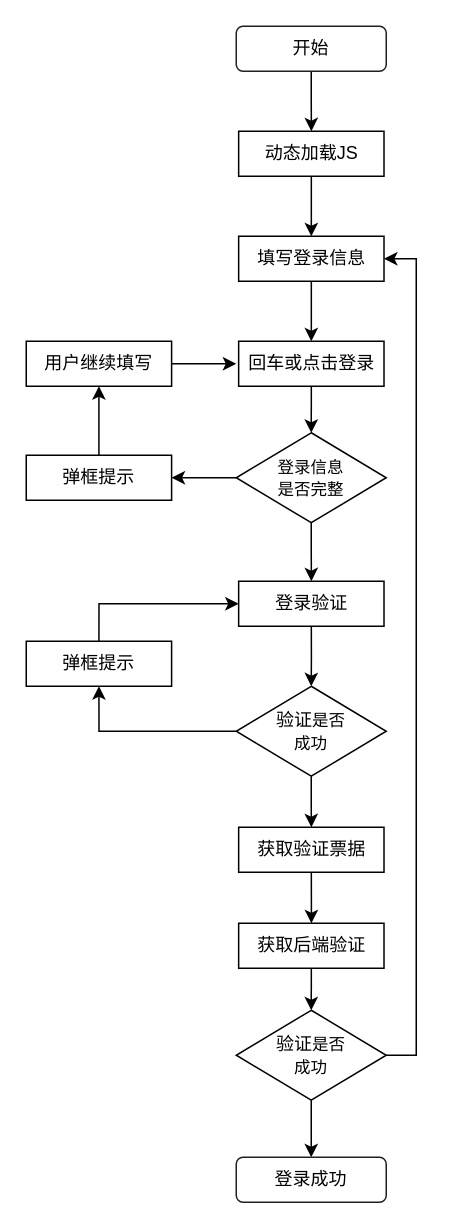
Above: 未命名绘图.drawio in qiuqiu1234/my-test-pro (draw.io), before the change. Source tidied: cells renumbered, new cells numbered last; positions are measured from the earlier drawing's top-left corner, leaving out a move shared by most shapes. Both pictures are drawn from the tidied source at 150%, with x=0, y=0 at pixel (26, 26).
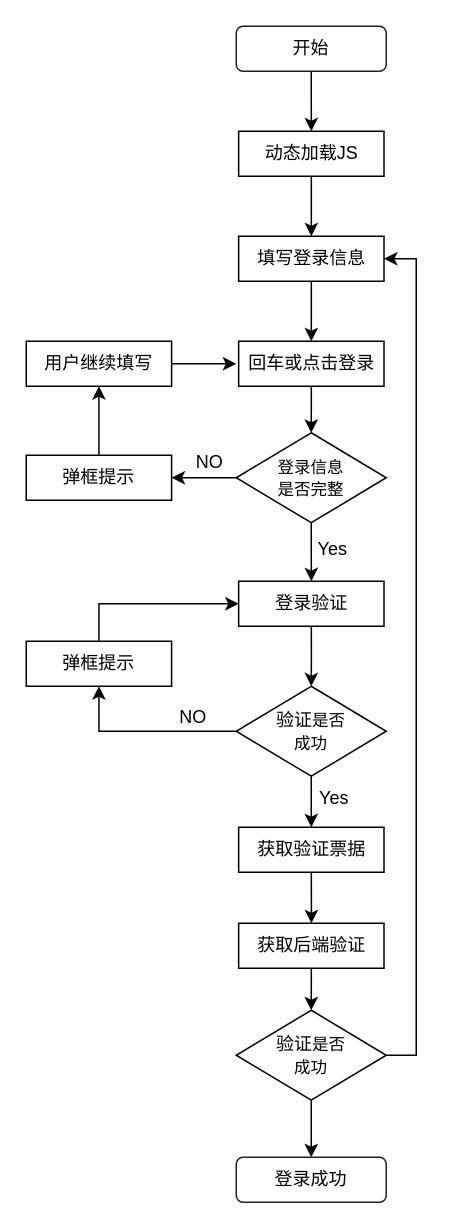
After the change.

Commit message:
更新未命名绘图.drawio

Change to the diagram source:
```diff
@@
+    <mxCell id="32" value="NO" style="text;html=1;strokeColor=none;fillColor=none;align=center;verticalAlign=middle;whiteSpace=wrap;rounded=0;" parent="1" vertex="1">
+      <mxGeometry x="101.4" y="284" width="43.1" height="13" as="geometry" />
+    </mxCell>
+    <mxCell id="33" value="Yes" style="text;html=1;strokeColor=none;fillColor=none;align=center;verticalAlign=middle;whiteSpace=wrap;rounded=0;" parent="1" vertex="1">
+      <mxGeometry x="180" y="342" width="48.6" height="13" as="geometry" />
+    </mxCell>
+    <mxCell id="34" value="Yes" style="text;html=1;strokeColor=none;fillColor=none;align=center;verticalAlign=middle;whiteSpace=wrap;rounded=0;" parent="1" vertex="1">
+      <mxGeometry x="181" y="508" width="48.6" height="13" as="geometry" />
+    </mxCell>
+    <mxCell id="35" value="NO" style="text;html=1;strokeColor=none;fillColor=none;align=center;verticalAlign=middle;whiteSpace=wrap;rounded=0;" parent="1" vertex="1">
+      <mxGeometry x="90" y="454" width="43.1" height="13" as="geometry" />
+    </mxCell>
```
